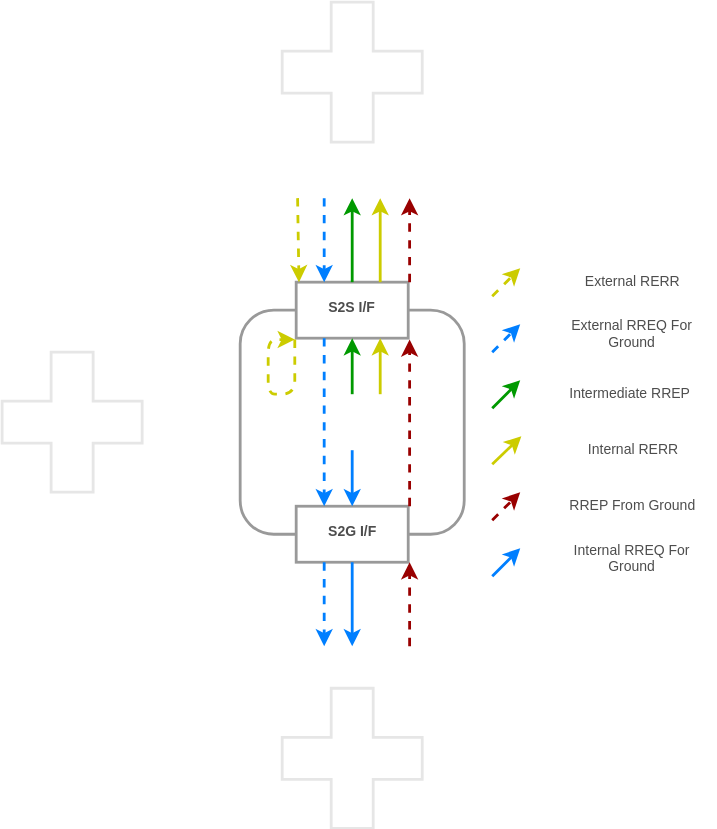
Earlier version of the draw.io export Thesis/Thesis Figures/GM Multi-NIC.svg (StarStuffSteve/masters-research-project). Source tidied: cells renumbered, new cells last; positions are measured from the earlier drawing's top-left corner, leaving out a move shared by most shapes.
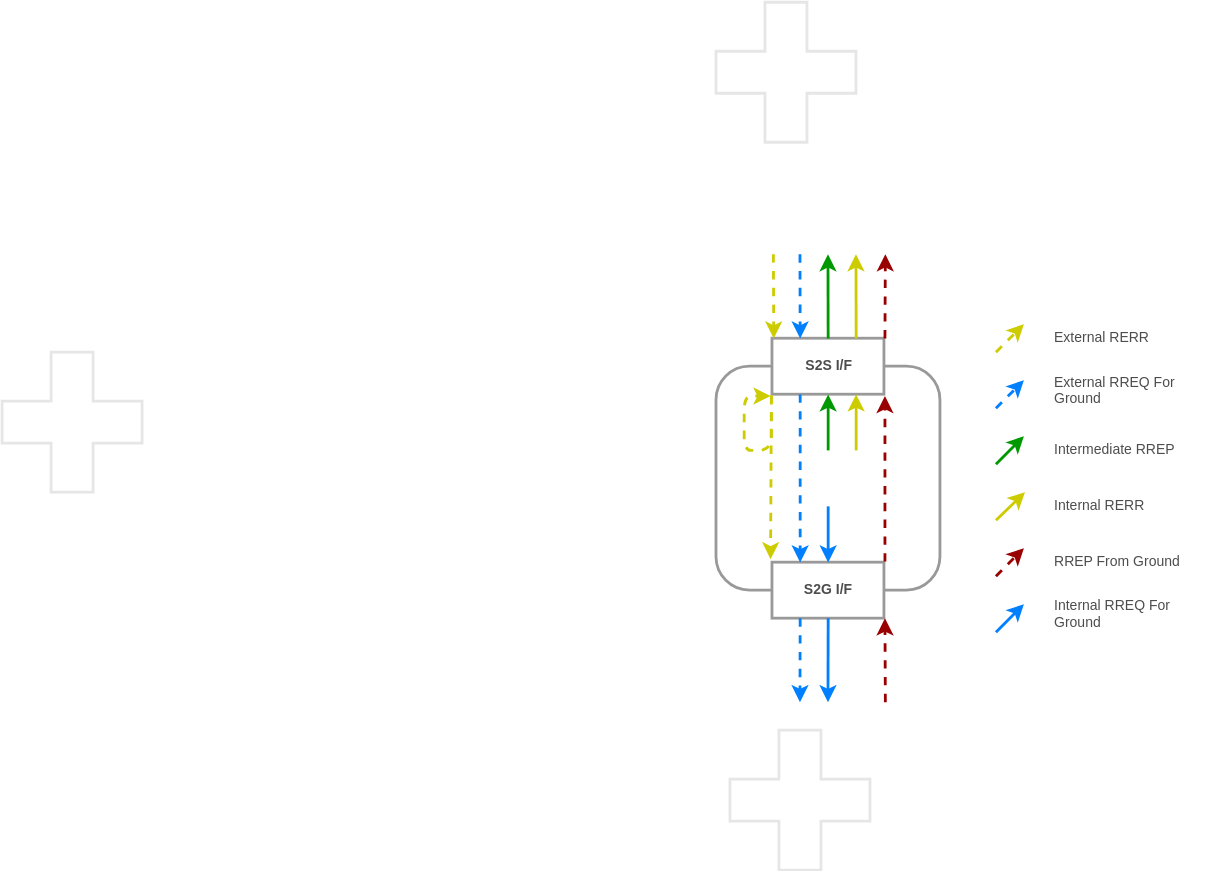
The same diagram one commit later.

The edit, as a diff of the source:
```diff
@@ -1,15 +1,15 @@
-<mxGraphModel background="#ffffff">
+<mxGraphModel>
   <root>
     <mxCell id="0" />
     <mxCell id="1" parent="0" />
     <mxCell id="2" style="verticalLabelPosition=bottom;verticalAlign=top;html=1;strokeWidth=2;shape=mxgraph.basic.cross2;dx=15;fillColor=none;gradientColor=none;fontSize=10;fontColor=#4D4D4D;align=center;strokeColor=#E6E6E6;" parent="1" vertex="1">
-      <mxGeometry x="200" y="490" width="100" height="100" as="geometry" />
+      <mxGeometry x="180" y="480" width="100" height="100" as="geometry" />
     </mxCell>
     <mxCell id="3" style="verticalLabelPosition=bottom;verticalAlign=top;html=1;strokeWidth=2;shape=mxgraph.basic.cross2;dx=15;fillColor=none;gradientColor=none;fontSize=10;fontColor=#4D4D4D;align=center;strokeColor=#E6E6E6;" parent="1" vertex="1">
-      <mxGeometry x="200" width="100" height="100" as="geometry" />
+      <mxGeometry x="170" y="-40" width="100" height="100" as="geometry" />
     </mxCell>
     <mxCell id="4" style="verticalLabelPosition=bottom;verticalAlign=top;html=1;strokeWidth=2;shape=mxgraph.basic.cross2;dx=15;fillColor=none;gradientColor=none;fontSize=10;fontColor=#4D4D4D;align=center;strokeColor=#E6E6E6;" parent="1" vertex="1">
-      <mxGeometry y="250" width="100" height="100" as="geometry" />
+      <mxGeometry x="-340" y="210" width="100" height="100" as="geometry" />
     </mxCell>
     <mxCell id="5" style="rounded=1;whiteSpace=wrap;html=1;strokeColor=#999999;strokeWidth=2;fillColor=none;gradientColor=none;fontSize=10;fontColor=#4D4D4D;align=center;" parent="1" vertex="1">
       <mxGeometry x="170" y="220" width="160" height="160" as="geometry" />
@@ -30,12 +30,12 @@
     </mxCell>
     <mxCell id="10" style="endArrow=classic;html=1;dashed=1;strokeColor=#007FFF;strokeWidth=2;fontSize=10;fontColor=#4D4D4D;" parent="1" edge="1">
       <mxGeometry relative="1" as="geometry">
-        <mxPoint x="350" y="250" as="sourcePoint" />
-        <mxPoint x="370" y="230" as="targetPoint" />
+        <mxPoint x="370" y="250" as="sourcePoint" />
+        <mxPoint x="390" y="230" as="targetPoint" />
       </mxGeometry>
     </mxCell>
-    <mxCell id="11" value="External RREQ For Ground" style="whiteSpace=wrap;html=1;strokeColor=none;strokeWidth=2;fillColor=none;gradientColor=none;fontSize=10;fontColor=#4D4D4D;align=center;" parent="1" vertex="1">
-      <mxGeometry x="390" y="230" width="120" height="20" as="geometry" />
+    <mxCell id="11" value="External RREQ For Ground" style="whiteSpace=wrap;html=1;strokeColor=none;strokeWidth=2;fillColor=none;gradientColor=none;fontSize=10;fontColor=#4D4D4D;align=left;" parent="1" vertex="1">
+      <mxGeometry x="410" y="230" width="120" height="20" as="geometry" />
     </mxCell>
     <mxCell id="12" style="edgeStyle=segmentEdgeStyle;endArrow=classic;html=1;dashed=1;strokeColor=#990000;strokeWidth=2;fontSize=10;fontColor=#4D4D4D;exitX=1.01;exitY=-0.007;entryX=1.01;entryY=1.028;entryPerimeter=0;exitPerimeter=0;" parent="1" edge="1" source="6" target="7">
       <mxGeometry relative="1" as="geometry">
@@ -77,39 +77,39 @@
     </mxCell>
     <mxCell id="21" style="endArrow=classic;html=1;strokeColor=#CCCC00;strokeWidth=2;fontSize=10;fontColor=#4D4D4D;entryX=1.01;entryY=0.976;entryPerimeter=0;" parent="1" edge="1">
       <mxGeometry relative="1" as="geometry">
-        <mxPoint x="350" y="330" as="sourcePoint" />
-        <mxPoint x="370.8" y="310" as="targetPoint" />
+        <mxPoint x="370" y="330" as="sourcePoint" />
+        <mxPoint x="390.8" y="310" as="targetPoint" />
       </mxGeometry>
     </mxCell>
     <mxCell id="22" style="endArrow=classic;html=1;dashed=1;strokeColor=#990000;strokeWidth=2;fontSize=10;fontColor=#4D4D4D;" parent="1" edge="1">
       <mxGeometry relative="1" as="geometry">
-        <mxPoint x="350" y="370" as="sourcePoint" />
-        <mxPoint x="370" y="350" as="targetPoint" />
+        <mxPoint x="370" y="370" as="sourcePoint" />
+        <mxPoint x="390" y="350" as="targetPoint" />
       </mxGeometry>
     </mxCell>
-    <mxCell id="23" value="RREP From Ground" style="whiteSpace=wrap;html=1;strokeColor=none;strokeWidth=2;fillColor=none;gradientColor=none;fontSize=10;fontColor=#4D4D4D;align=center;" parent="1" vertex="1">
-      <mxGeometry x="390" y="350" width="120" height="20" as="geometry" />
+    <mxCell id="23" value="RREP From Ground" style="whiteSpace=wrap;html=1;strokeColor=none;strokeWidth=2;fillColor=none;gradientColor=none;fontSize=10;fontColor=#4D4D4D;align=left;" parent="1" vertex="1">
+      <mxGeometry x="410" y="350" width="120" height="20" as="geometry" />
     </mxCell>
     <mxCell id="24" style="endArrow=classic;html=1;strokeColor=#007FFF;strokeWidth=2;fontSize=10;fontColor=#4D4D4D;" parent="1" edge="1">
       <mxGeometry relative="1" as="geometry">
-        <mxPoint x="350" y="410" as="sourcePoint" />
-        <mxPoint x="370" y="390" as="targetPoint" />
+        <mxPoint x="370" y="410" as="sourcePoint" />
+        <mxPoint x="390" y="390" as="targetPoint" />
       </mxGeometry>
     </mxCell>
     <mxCell id="25" style="endArrow=classic;html=1;strokeColor=#009900;strokeWidth=2;fontSize=10;fontColor=#4D4D4D;" parent="1" edge="1">
       <mxGeometry relative="1" as="geometry">
-        <mxPoint x="350" y="290" as="sourcePoint" />
-        <mxPoint x="370" y="270" as="targetPoint" />
+        <mxPoint x="370" y="290" as="sourcePoint" />
+        <mxPoint x="390" y="270" as="targetPoint" />
       </mxGeometry>
     </mxCell>
-    <mxCell id="26" value="Internal RREQ For Ground" style="whiteSpace=wrap;html=1;strokeColor=none;strokeWidth=2;fillColor=none;gradientColor=none;fontSize=10;fontColor=#4D4D4D;align=center;" parent="1" vertex="1">
-      <mxGeometry x="390" y="390" width="120" height="20" as="geometry" />
+    <mxCell id="26" value="Internal RREQ For Ground" style="whiteSpace=wrap;html=1;strokeColor=none;strokeWidth=2;fillColor=none;gradientColor=none;fontSize=10;fontColor=#4D4D4D;align=left;" parent="1" vertex="1">
+      <mxGeometry x="410" y="390" width="120" height="20" as="geometry" />
     </mxCell>
-    <mxCell id="27" value="Internal RERR" style="whiteSpace=wrap;html=1;strokeColor=none;strokeWidth=2;fillColor=none;gradientColor=none;fontSize=10;fontColor=#4D4D4D;align=center;" parent="1" vertex="1">
-      <mxGeometry x="390" y="310" width="120" height="20" as="geometry" />
+    <mxCell id="27" value="Internal RERR" style="whiteSpace=wrap;html=1;strokeColor=none;strokeWidth=2;fillColor=none;gradientColor=none;fontSize=10;fontColor=#4D4D4D;align=left;" parent="1" vertex="1">
+      <mxGeometry x="410" y="310" width="120" height="20" as="geometry" />
     </mxCell>
-    <mxCell id="28" value="Intermediate RREP&amp;nbsp;" style="whiteSpace=wrap;html=1;strokeColor=none;strokeWidth=2;fillColor=none;gradientColor=none;fontSize=10;fontColor=#4D4D4D;align=center;" parent="1" vertex="1">
-      <mxGeometry x="390" y="270" width="120" height="20" as="geometry" />
+    <mxCell id="28" value="Intermediate RREP&amp;nbsp;" style="whiteSpace=wrap;html=1;strokeColor=none;strokeWidth=2;fillColor=none;gradientColor=none;fontSize=10;fontColor=#4D4D4D;align=left;" parent="1" vertex="1">
+      <mxGeometry x="410" y="270" width="120" height="20" as="geometry" />
     </mxCell>
     <mxCell id="29" style="endArrow=classic;html=1;strokeColor=#CCCC00;strokeWidth=2;fontSize=10;fontColor=#4D4D4D;entryX=0.019;entryY=0.01;entryPerimeter=0;dashed=1;" parent="1" edge="1" target="7">
       <mxGeometry relative="1" as="geometry">
@@ -128,12 +128,12 @@
     </mxCell>
     <mxCell id="31" style="endArrow=classic;html=1;dashed=1;strokeColor=#CCCC00;strokeWidth=2;fontSize=10;fontColor=#4D4D4D;" parent="1" edge="1">
       <mxGeometry relative="1" as="geometry">
-        <mxPoint x="350" y="210" as="sourcePoint" />
-        <mxPoint x="370" y="190" as="targetPoint" />
+        <mxPoint x="370" y="210" as="sourcePoint" />
+        <mxPoint x="390" y="190" as="targetPoint" />
       </mxGeometry>
     </mxCell>
-    <mxCell id="32" value="External RERR" style="whiteSpace=wrap;html=1;strokeColor=none;strokeWidth=2;fillColor=none;gradientColor=none;fontSize=10;fontColor=#4D4D4D;align=center;" parent="1" vertex="1">
-      <mxGeometry x="390" y="190" width="120" height="20" as="geometry" />
+    <mxCell id="32" value="External RERR" style="whiteSpace=wrap;html=1;strokeColor=none;strokeWidth=2;fillColor=none;gradientColor=none;fontSize=10;fontColor=#4D4D4D;align=left;" parent="1" vertex="1">
+      <mxGeometry x="410" y="190" width="120" height="20" as="geometry" />
     </mxCell>
     <mxCell id="33" style="endArrow=classic;html=1;strokeColor=#007FFF;strokeWidth=2;fontSize=10;fontColor=#4D4D4D;exitX=0.5;exitY=1;" parent="1" edge="1" source="6">
       <mxGeometry relative="1" as="geometry">
@@ -150,5 +150,8 @@
         <mxPoint x="270" y="140" as="targetPoint" />
       </mxGeometry>
     </mxCell>
+    <mxCell id="36" style="endArrow=classic;html=1;strokeColor=#CCCC00;strokeWidth=2;fontSize=10;fontColor=#4D4D4D;entryX=-0.012;entryY=-0.054;entryPerimeter=0;dashed=1;exitX=-0.005;exitY=1.018;exitPerimeter=0;" parent="1" edge="1" source="7" target="6">
+      <mxGeometry relative="1" as="geometry" />
+    </mxCell>
   </root>
 </mxGraphModel>
```
